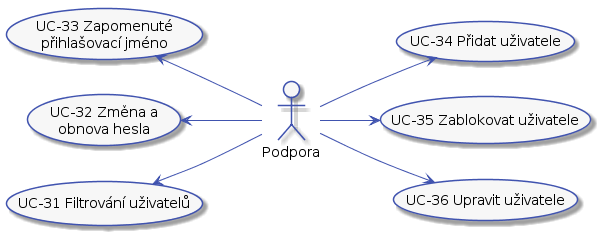
Earlier version of the PlantUML export docs/diagrams/out/ucs-support-users.png (Internet-Handel/postman).
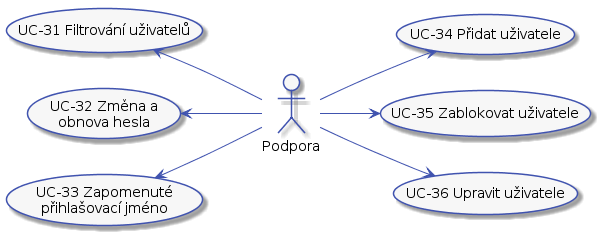
After the commit.

Diff of the diagram source:
```diff
@@ -7,6 +7,8 @@
     ArrowColor #4053AF
     FontName Roboto
     BackgroundColor #F7F7F7
+    StartColor #4053AF
+    EndColor #4053AF
 }
 
 skinparam activityDiamond {
@@ -42,6 +44,11 @@
     ParticipantBackgroundColor #F7F7F7
 }
 
+skinparam note {
+    BorderColor #4053AF
+    BackgroundColor #F7F7F7
+}
+
 left to right direction
 
 actor :Podpora: as support
@@ -53,9 +60,9 @@
 (UC-35 Zablokovat uživatele) as (UC-35)
 (UC-36 Upravit uživatele) as (UC-36)
 
+support -up-> (UC-33)
+support -up-> (UC-32)
 support -up-> (UC-31)
-support -up-> (UC-32)
-support -up-> (UC-33)
 support -down-> (UC-34)
 support -down-> (UC-35)
 support -down-> (UC-36)
```
